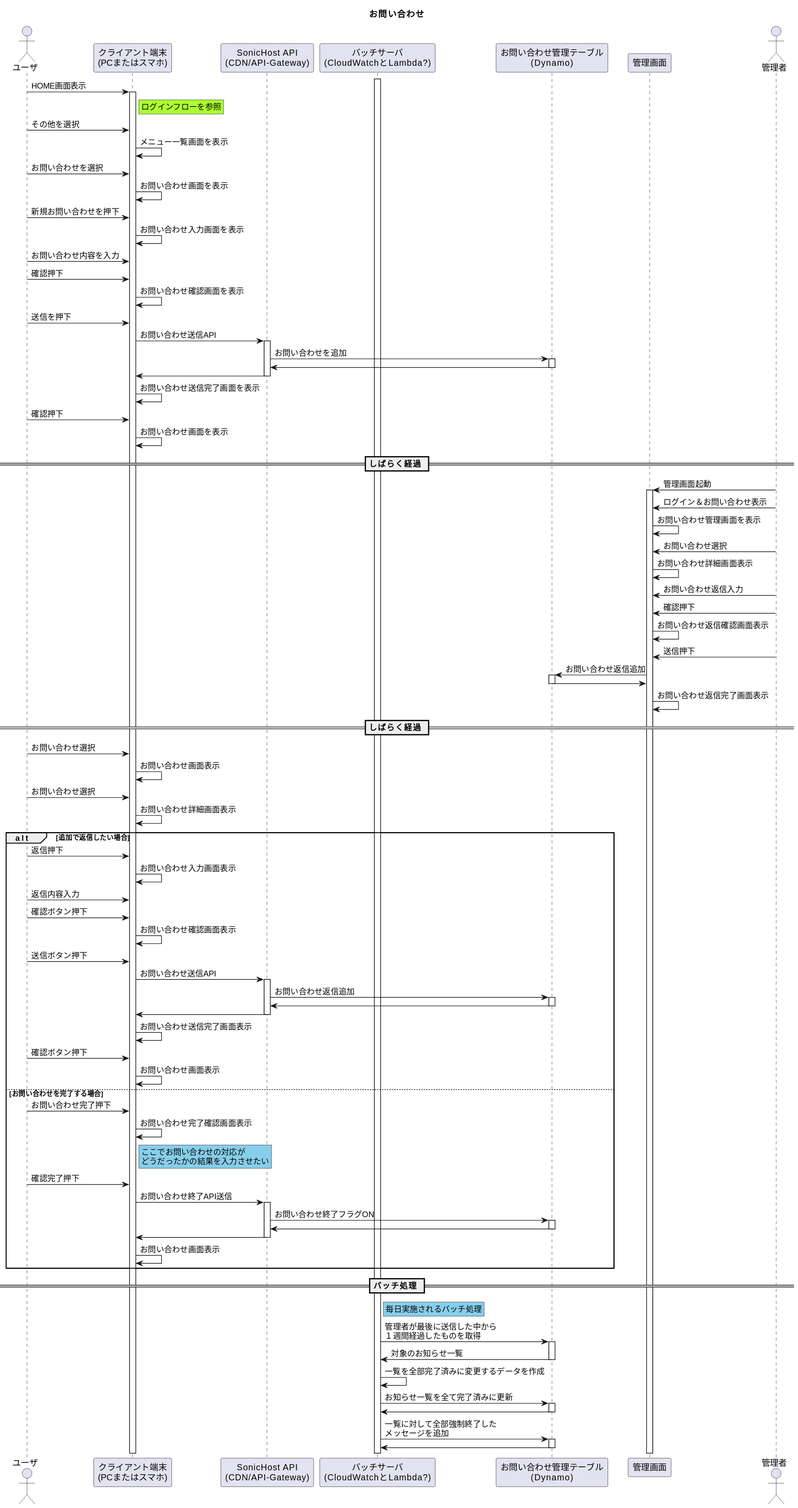
This is 01_Sequences/99_Others/02_Contact/contactFlow.svg from Sonic-Host/documents, a PlantUML export, as it was before one commit.
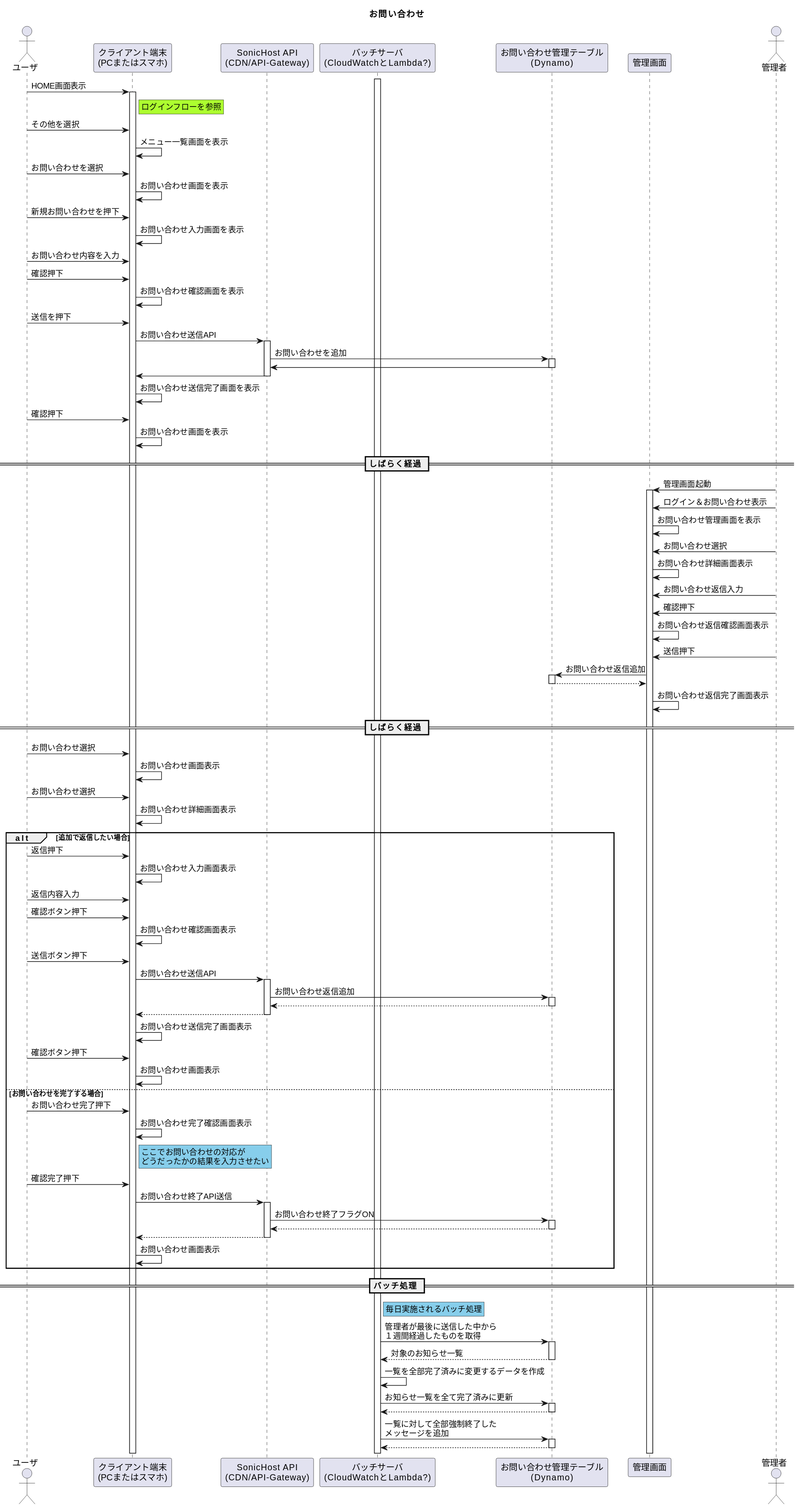
After the change.

Change to the diagram source:
```diff
@@ -45,7 +45,7 @@
 adminApp -> adminApp : お問い合わせ返信確認画面表示
 adminUser -> adminApp : 送信押下
 adminApp -> dynamo ++ : お問い合わせ返信追加
-adminApp <- dynamo --
+adminApp <-- dynamo --
 adminApp -> adminApp : お問い合わせ返信完了画面表示
 
 == しばらく経過 ==
@@ -63,8 +63,8 @@
     user -> device : 送信ボタン押下
     device -> api ++ : お問い合わせ送信API
     api -> dynamo ++ : お問い合わせ返信追加
-    api <- dynamo --
-    device <- api --
+    api <-- dynamo --
+    device <-- api --
     device -> device : お問い合わせ送信完了画面表示
     user -> device : 確認ボタン押下
     device -> device : お問い合わせ画面表示
@@ -78,8 +78,8 @@
     user -> device : 確認完了押下
     device -> api ++ : お問い合わせ終了API送信
     api -> dynamo ++ : お問い合わせ終了フラグON
-    api <- dynamo --
-    device <- api --
+    api <-- dynamo --
+    device <-- api --
     device -> device : お問い合わせ画面表示
 end
 
@@ -89,10 +89,10 @@
 end note
 activate batch
 batch -> dynamo ++ : 管理者が最後に送信した中から\n１週間経過したものを取得
-batch <- dynamo -- : 対象のお知らせ一覧
+batch <-- dynamo -- : 対象のお知らせ一覧
 batch -> batch : 一覧を全部完了済みに変更するデータを作成
 batch -> dynamo ++ : お知らせ一覧を全て完了済みに更新
-batch <- dynamo --
+batch <-- dynamo --
 batch -> dynamo ++ : 一覧に対して全部強制終了した\nメッセージを追加
-batch <- dynamo --
+batch <-- dynamo --
 @enduml
```
